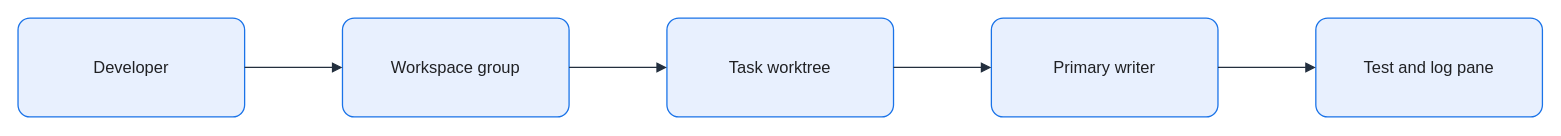
The draw.io diagram assets/img/ai/agentic-development-workspace.drawio in KKamJi98/kkamji98.github.io, before the edit. Source tidied: cells renumbered, new cells numbered last; positions are measured from the earlier drawing's top-left corner, leaving out a move shared by most shapes. Both pictures are drawn from the tidied source at 103%, with x=0, y=0 at pixel (18, 18).
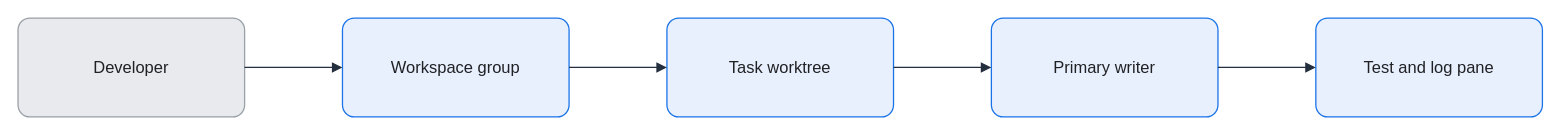
The same page after the edit.

Change to the diagram source:
```diff
@@
 <mxGraphModel background="#FFFFFF">
   <root>
     <mxCell id="0" />
     <mxCell id="1" parent="0" />
-    <mxCell id="2" value="Developer" style="rounded=1;arcSize=12;whiteSpace=wrap;html=0;fillColor=#E8F0FE;strokeColor=#1A73E8;strokeWidth=1.25;fontColor=#202124;fontSize=16;align=center;verticalAlign=middle;spacing=8;shadow=0;" parent="1" vertex="1">
+    <mxCell id="2" value="Developer" style="rounded=1;arcSize=12;whiteSpace=wrap;html=0;fillColor=#E8EAED;strokeColor=#9AA0A6;strokeWidth=1.25;fontColor=#202124;fontSize=16;align=center;verticalAlign=middle;spacing=8;shadow=0;" parent="1" vertex="1">
       <mxGeometry width="220" height="96" as="geometry" />
     </mxCell>
     <mxCell id="3" value="Workspace group" style="rounded=1;arcSize=12;whiteSpace=wrap;html=0;fillColor=#E8F0FE;strokeColor=#1A73E8;strokeWidth=1.25;fontColor=#202124;fontSize=16;align=center;verticalAlign=middle;spacing=8;shadow=0;" parent="1" vertex="1">
       <mxGeometry x="315" width="220" height="96" as="geometry" />
     </mxCell>
     <mxCell id="4" value="Task worktree" style="rounded=1;arcSize=12;whiteSpace=wrap;html=0;fillColor=#E8F0FE;strokeColor=#1A73E8;strokeWidth=1.25;fontColor=#202124;fontSize=16;align=center;verticalAlign=middle;spacing=8;shadow=0;" parent="1" vertex="1">
       <mxGeometry x="630" width="220" height="96" as="geometry" />
     </mxCell>
     <mxCell id="5" value="Primary writer" style="rounded=1;arcSize=12;whiteSpace=wrap;html=0;fillColor=#E8F0FE;strokeColor=#1A73E8;strokeWidth=1.25;fontColor=#202124;fontSize=16;align=center;verticalAlign=middle;spacing=8;shadow=0;" parent="1" vertex="1">
       <mxGeometry x="945" width="220" height="96" as="geometry" />
     </mxCell>
     <mxCell id="6" value="Test and log pane" style="rounded=1;arcSize=12;whiteSpace=wrap;html=0;fillColor=#E8F0FE;strokeColor=#1A73E8;strokeWidth=1.25;fontColor=#202124;fontSize=16;align=center;verticalAlign=middle;spacing=8;shadow=0;" parent="1" vertex="1">
       <mxGeometry x="1260" width="220" height="96" as="geometry" />
     </mxCell>
     <mxCell id="7" style="edgeStyle=orthogonalEdgeStyle;rounded=0;jettySize=auto;html=0;endArrow=block;endFill=1;strokeColor=#232F3E;strokeWidth=1.25;fontColor=#202124;labelBackgroundColor=none;exitX=1;exitY=0.5;exitDx=0;exitDy=0;entryX=0;entryY=0.5;entryDx=0;entryDy=0;endSize=7;" parent="1" edge="1" source="2" target="3">
       <mxGeometry relative="1" as="geometry" />
     </mxCell>
     <mxCell id="8" style="edgeStyle=orthogonalEdgeStyle;rounded=0;jettySize=auto;html=0;endArrow=block;endFill=1;strokeColor=#232F3E;strokeWidth=1.25;fontColor=#202124;labelBackgroundColor=none;exitX=1;exitY=0.5;exitDx=0;exitDy=0;entryX=0;entryY=0.5;entryDx=0;entryDy=0;endSize=7;" parent="1" edge="1" source="3" target="4">
       <mxGeometry relative="1" as="geometry" />
     </mxCell>
     <mxCell id="9" style="edgeStyle=orthogonalEdgeStyle;rounded=0;jettySize=auto;html=0;endArrow=block;endFill=1;strokeColor=#232F3E;strokeWidth=1.25;fontColor=#202124;labelBackgroundColor=none;exitX=1;exitY=0.5;exitDx=0;exitDy=0;entryX=0;entryY=0.5;entryDx=0;entryDy=0;endSize=7;" parent="1" edge="1" source="4" target="5">
       <mxGeometry relative="1" as="geometry" />
     </mxCell>
     <mxCell id="10" style="edgeStyle=orthogonalEdgeStyle;rounded=0;jettySize=auto;html=0;endArrow=block;endFill=1;strokeColor=#232F3E;strokeWidth=1.25;fontColor=#202124;labelBackgroundColor=none;exitX=1;exitY=0.5;exitDx=0;exitDy=0;entryX=0;entryY=0.5;entryDx=0;entryDy=0;endSize=7;" parent="1" edge="1" source="5" target="6">
       <mxGeometry relative="1" as="geometry" />
     </mxCell>
   </root>
 </mxGraphModel>
```
